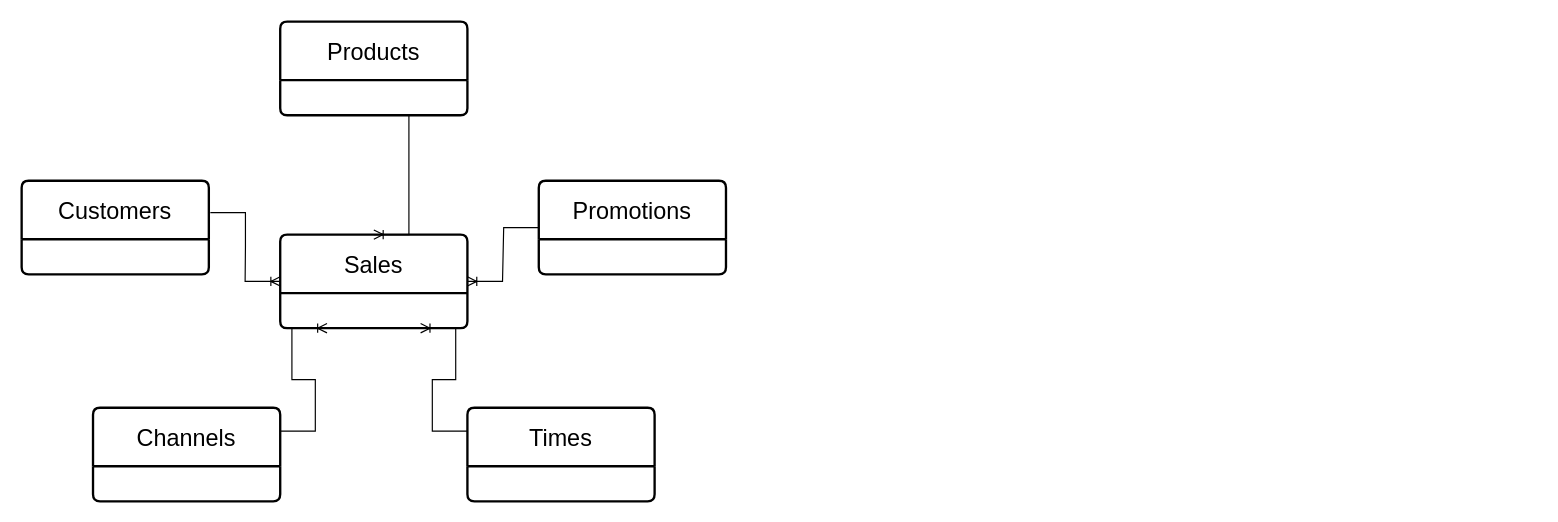
Earlier version of the draw.io diagram SalesHistoryStarSnowflake.drawio (GiorgiEz/DB-modeling). Source tidied: cells renumbered, new cells numbered last; positions are measured from the earlier drawing's top-left corner, leaving out a move shared by most shapes. Both pictures are drawn from the tidied source at 117%, with x=0, y=0 at pixel (21, 21).
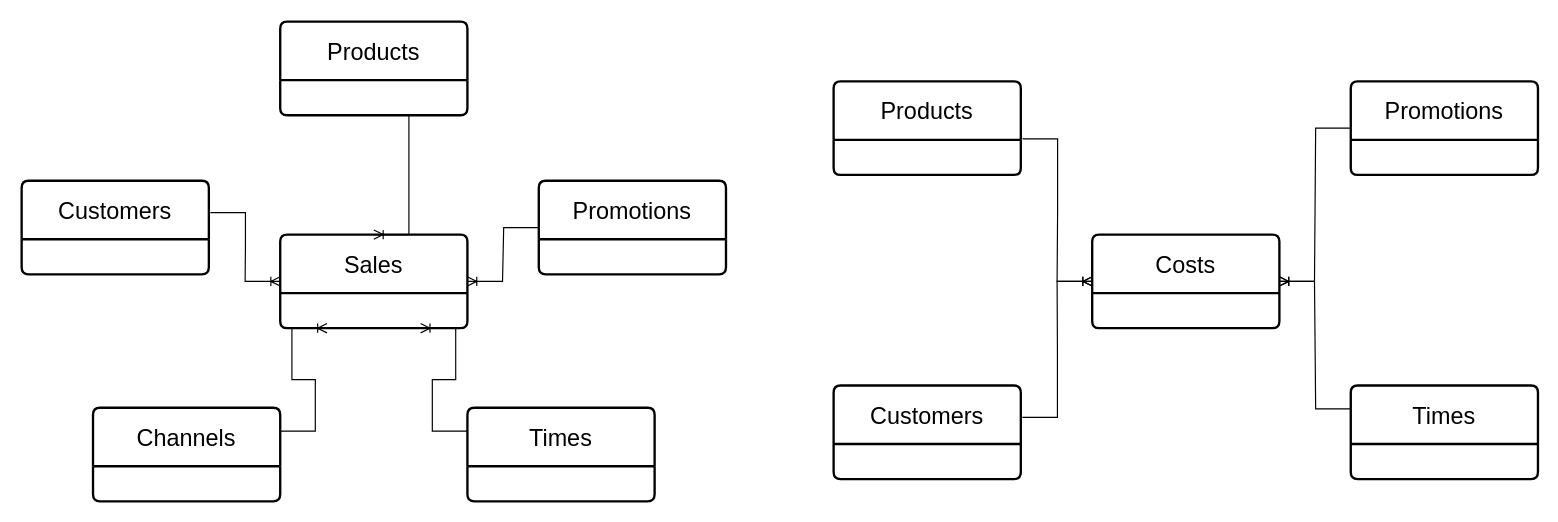
Above is the later version.

What changed in the source:
```diff
@@
+    <mxCell id="13" value="&lt;font style=&quot;font-size: 20px;&quot;&gt;Costs&lt;/font&gt;" style="swimlane;horizontal=1;startSize=50;rounded=1;fontSize=14;fontStyle=0;strokeWidth=2;shadow=0;dashed=0;align=center;arcSize=4;whiteSpace=wrap;html=1;" parent="1" vertex="1">
+      <mxGeometry x="915" y="182" width="160" height="80" as="geometry" />
+    </mxCell>
+    <mxCell id="14" value="&lt;font style=&quot;font-size: 20px;&quot;&gt;Customers&lt;/font&gt;" style="swimlane;horizontal=1;startSize=50;rounded=1;fontSize=14;fontStyle=0;strokeWidth=2;shadow=0;dashed=0;align=center;arcSize=4;whiteSpace=wrap;html=1;" parent="1" vertex="1">
+      <mxGeometry x="694" y="311" width="160" height="80" as="geometry" />
+    </mxCell>
+    <mxCell id="15" value="&lt;font style=&quot;font-size: 20px;&quot;&gt;Products&lt;/font&gt;" style="swimlane;horizontal=1;startSize=50;rounded=1;fontSize=14;fontStyle=0;strokeWidth=2;shadow=0;dashed=0;align=center;arcSize=4;whiteSpace=wrap;html=1;" parent="1" vertex="1">
+      <mxGeometry x="694" y="51" width="160" height="80" as="geometry" />
+    </mxCell>
+    <mxCell id="16" value="&lt;font style=&quot;font-size: 20px;&quot;&gt;Promotions&lt;/font&gt;" style="swimlane;horizontal=1;startSize=50;rounded=1;fontSize=14;fontStyle=0;strokeWidth=2;shadow=0;dashed=0;align=center;arcSize=4;whiteSpace=wrap;html=1;" parent="1" vertex="1">
+      <mxGeometry x="1136" y="51" width="160" height="80" as="geometry" />
+    </mxCell>
+    <mxCell id="17" value="&lt;font style=&quot;font-size: 20px;&quot;&gt;Times&lt;/font&gt;" style="swimlane;horizontal=1;startSize=50;rounded=1;fontSize=14;fontStyle=0;strokeWidth=2;shadow=0;dashed=0;align=center;arcSize=4;whiteSpace=wrap;html=1;" parent="1" vertex="1">
+      <mxGeometry x="1136" y="311" width="160" height="80" as="geometry" />
+    </mxCell>
+    <mxCell id="18" style="edgeStyle=entityRelationEdgeStyle;fontSize=12;html=1;endArrow=ERoneToMany;rounded=0;exitX=1.008;exitY=0.34;exitDx=0;exitDy=0;exitPerimeter=0;entryX=0;entryY=0.5;entryDx=0;entryDy=0;" parent="1" edge="1" source="14" target="13">
+      <mxGeometry relative="1" as="geometry" />
+    </mxCell>
+    <mxCell id="19" style="edgeStyle=entityRelationEdgeStyle;fontSize=12;html=1;endArrow=ERoneToMany;rounded=0;exitX=0;exitY=0.5;exitDx=0;exitDy=0;" parent="1" edge="1" source="16" target="13">
+      <mxGeometry relative="1" as="geometry" />
+    </mxCell>
+    <mxCell id="20" style="edgeStyle=entityRelationEdgeStyle;fontSize=12;html=1;endArrow=ERoneToMany;rounded=0;exitX=0;exitY=0.25;exitDx=0;exitDy=0;entryX=1;entryY=0.5;entryDx=0;entryDy=0;" parent="1" edge="1" source="17" target="13">
+      <mxGeometry relative="1" as="geometry" />
+    </mxCell>
+    <mxCell id="21" style="edgeStyle=entityRelationEdgeStyle;fontSize=12;html=1;endArrow=ERoneToMany;rounded=0;exitX=1.009;exitY=0.615;exitDx=0;exitDy=0;entryX=0;entryY=0.5;entryDx=0;entryDy=0;exitPerimeter=0;" parent="1" edge="1" source="15" target="13">
+      <mxGeometry relative="1" as="geometry">
+        <Array as="points">
+          <mxPoint x="999" y="111" />
+        </Array>
+      </mxGeometry>
+    </mxCell>
```
